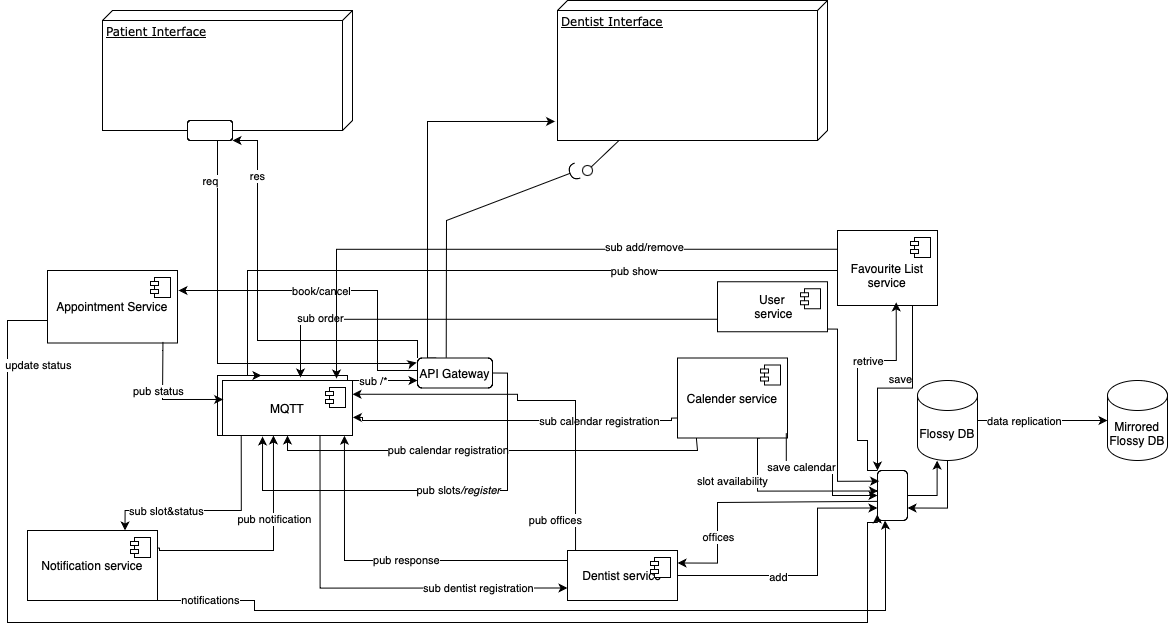
The draw.io diagram documentation/Diagrams/Component Diagram.png in reyhaneeab/flossy, before a commit. Source tidied: cells renumbered, new cells last; positions are measured from the earlier drawing's top-left corner, leaving out a move shared by most shapes.
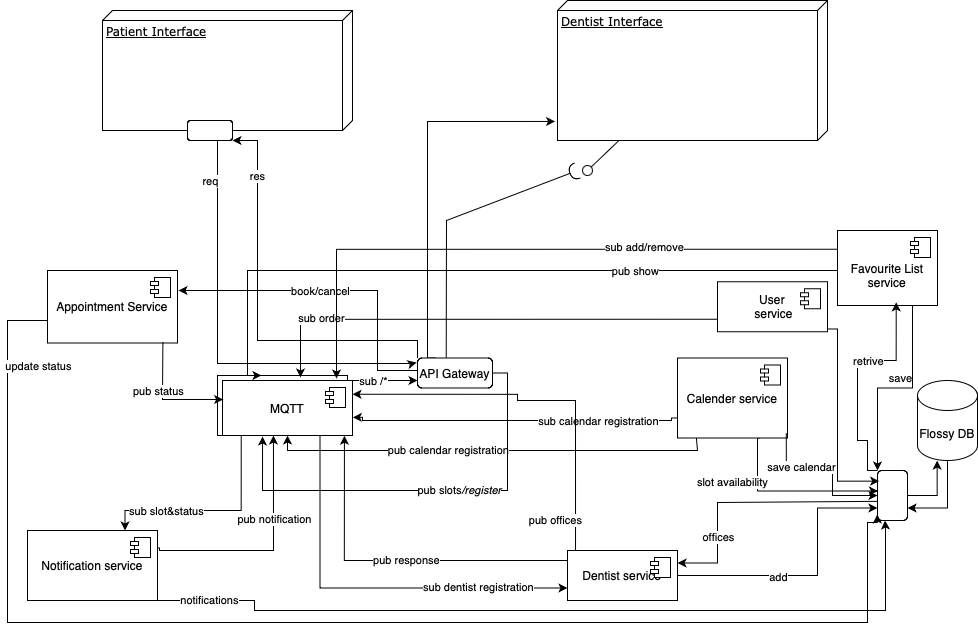
Above is the later version.

What changed in the source:
```diff
@@ -399,15 +399,6 @@
         <mxPoint x="-10" y="-1" as="offset" />
       </mxGeometry>
     </mxCell>
-    <mxCell id="73" value="Mirrored&lt;div&gt;Flossy DB&lt;/div&gt;" style="shape=cylinder3;whiteSpace=wrap;html=1;boundedLbl=1;backgroundOutline=1;size=15;" parent="1" vertex="1">
-      <mxGeometry x="1100" y="380" width="60" height="80" as="geometry" />
-    </mxCell>
-    <mxCell id="74" style="edgeStyle=orthogonalEdgeStyle;rounded=0;jettySize=auto;html=1;exitX=1;exitY=0.5;exitDx=0;exitDy=0;exitPerimeter=0;entryX=0;entryY=0.5;entryDx=0;entryDy=0;entryPerimeter=0;" parent="1" edge="1" source="26" target="73">
-      <mxGeometry relative="1" as="geometry" />
-    </mxCell>
-    <mxCell id="75" value="data replication" style="edgeLabel;html=1;align=center;verticalAlign=middle;" parent="74" vertex="1">
-      <mxGeometry x="-0.29" relative="1" as="geometry" />
-    </mxCell>
     <mxCell id="76" style="edgeStyle=orthogonalEdgeStyle;rounded=0;jettySize=auto;html=1;exitX=0;exitY=0.75;exitDx=0;exitDy=0;entryX=0.6;entryY=-0.055;entryDx=0;entryDy=0;entryPerimeter=0;" parent="1" edge="1" source="45" target="9">
       <mxGeometry relative="1" as="geometry" />
     </mxCell>
```
